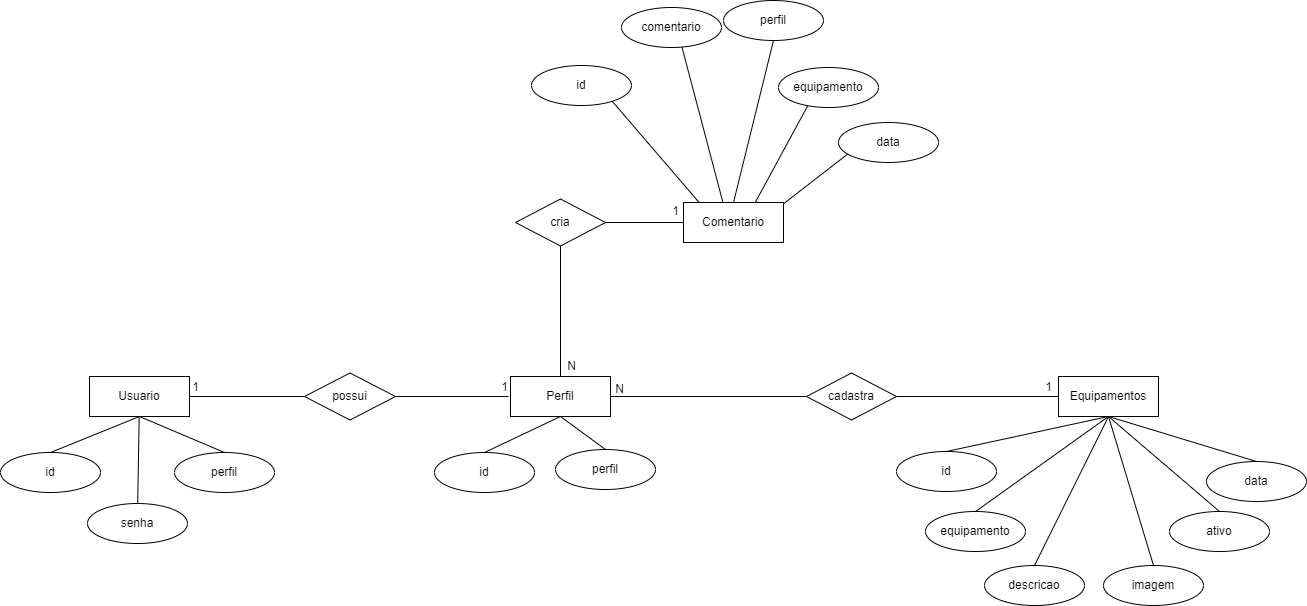
Above: 3DES/PROJETOS/TechMan/docs/DER.png in BeaGabriela/SENAI (draw.io), before the change. Source tidied: cells renumbered, new cells last; positions are measured from the earlier drawing's top-left corner, leaving out a move shared by most shapes.
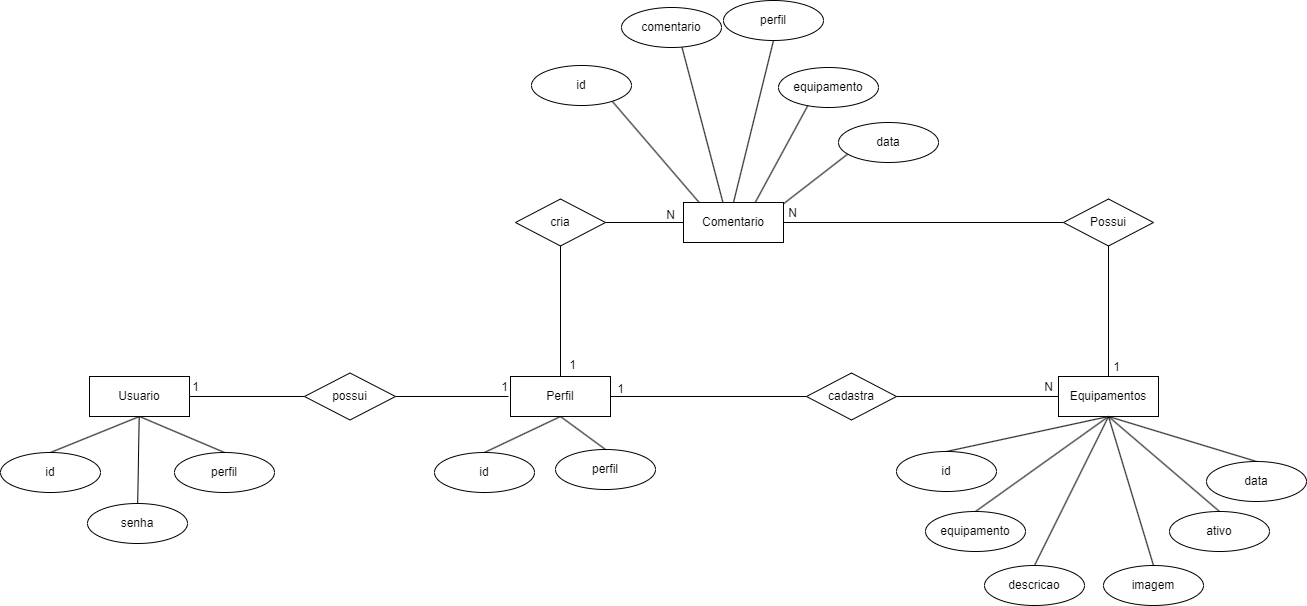
After the change.

Diff of the diagram source:
```diff
@@ -68,6 +68,9 @@
     <mxCell id="23" value="descricao" style="ellipse;whiteSpace=wrap;html=1;align=center;" parent="1" vertex="1">
       <mxGeometry x="984" y="565" width="100" height="40" as="geometry" />
     </mxCell>
+    <mxCell id="54" style="edgeStyle=orthogonalEdgeStyle;rounded=0;jettySize=auto;html=1;exitX=0.5;exitY=0;exitDx=0;exitDy=0;entryX=0.5;entryY=1;entryDx=0;entryDy=0;endArrow=none;endFill=0;" parent="1" edge="1" source="24" target="57">
+      <mxGeometry relative="1" as="geometry" />
+    </mxCell>
     <mxCell id="24" value="Equipamentos" style="whiteSpace=wrap;html=1;align=center;" parent="1" vertex="1">
       <mxGeometry x="1058" y="376" width="100" height="40" as="geometry" />
     </mxCell>
@@ -110,6 +113,9 @@
     <mxCell id="37" style="rounded=0;jettySize=auto;html=1;exitX=0.5;exitY=1;exitDx=0;exitDy=0;entryX=0.5;entryY=0;entryDx=0;entryDy=0;endArrow=none;endFill=0;" parent="1" edge="1" source="38" target="41">
       <mxGeometry relative="1" as="geometry" />
     </mxCell>
+    <mxCell id="55" style="edgeStyle=orthogonalEdgeStyle;rounded=0;jettySize=auto;html=1;exitX=1;exitY=0.5;exitDx=0;exitDy=0;entryX=0;entryY=0.5;entryDx=0;entryDy=0;endArrow=none;endFill=0;" parent="1" edge="1" source="38" target="57">
+      <mxGeometry relative="1" as="geometry" />
+    </mxCell>
     <mxCell id="38" value="Comentario" style="whiteSpace=wrap;html=1;align=center;" parent="1" vertex="1">
       <mxGeometry x="683" y="202" width="100" height="40" as="geometry" />
     </mxCell>
@@ -146,17 +152,26 @@
     <mxCell id="49" value="1" style="text;html=1;align=center;verticalAlign=middle;points=[];strokeColor=none;fillColor=none;" parent="1" vertex="1">
       <mxGeometry x="491" y="374" width="25" height="26" as="geometry" />
     </mxCell>
-    <mxCell id="50" value="1" style="text;html=1;align=center;verticalAlign=middle;strokeColor=none;fillColor=none;" parent="1" vertex="1">
-      <mxGeometry x="1035" y="374" width="25" height="26" as="geometry" />
+    <mxCell id="50" value="N" style="text;html=1;align=center;verticalAlign=middle;strokeColor=none;fillColor=none;" parent="1" vertex="1">
+      <mxGeometry x="1034" y="374" width="27" height="26" as="geometry" />
     </mxCell>
-    <mxCell id="51" value="N" style="text;html=1;align=center;verticalAlign=middle;strokeColor=none;fillColor=none;" parent="1" vertex="1">
-      <mxGeometry x="605" y="376" width="27" height="26" as="geometry" />
-    </mxCell>
-    <mxCell id="52" value="N" style="text;html=1;align=center;verticalAlign=middle;strokeColor=none;fillColor=none;" parent="1" vertex="1">
-      <mxGeometry x="557" y="353" width="27" height="26" as="geometry" />
-    </mxCell>
     <mxCell id="53" value="1" style="text;html=1;align=center;verticalAlign=middle;strokeColor=none;fillColor=none;" parent="1" vertex="1">
-      <mxGeometry x="662" y="198" width="25" height="26" as="geometry" />
+      <mxGeometry x="559" y="352" width="25" height="26" as="geometry" />
     </mxCell>
+    <mxCell id="56" value="N" style="text;html=1;align=center;verticalAlign=middle;strokeColor=none;fillColor=none;" parent="1" vertex="1">
+      <mxGeometry x="656" y="202" width="27" height="26" as="geometry" />
+    </mxCell>
+    <mxCell id="57" value="Possui" style="shape=rhombus;perimeter=rhombusPerimeter;whiteSpace=wrap;html=1;align=center;" parent="1" vertex="1">
+      <mxGeometry x="1063" y="198.5" width="90" height="47" as="geometry" />
+    </mxCell>
+    <mxCell id="58" value="1" style="text;html=1;align=center;verticalAlign=middle;strokeColor=none;fillColor=none;" parent="1" vertex="1">
+      <mxGeometry x="1103" y="354" width="25" height="26" as="geometry" />
+    </mxCell>
+    <mxCell id="59" value="N" style="text;html=1;align=center;verticalAlign=middle;strokeColor=none;fillColor=none;" parent="1" vertex="1">
+      <mxGeometry x="778" y="200" width="27" height="26" as="geometry" />
+    </mxCell>
+    <mxCell id="60" value="1" style="text;html=1;align=center;verticalAlign=middle;strokeColor=none;fillColor=none;" parent="1" vertex="1">
+      <mxGeometry x="607" y="376" width="25" height="26" as="geometry" />
+    </mxCell>
   </root>
 </mxGraphModel>
```
